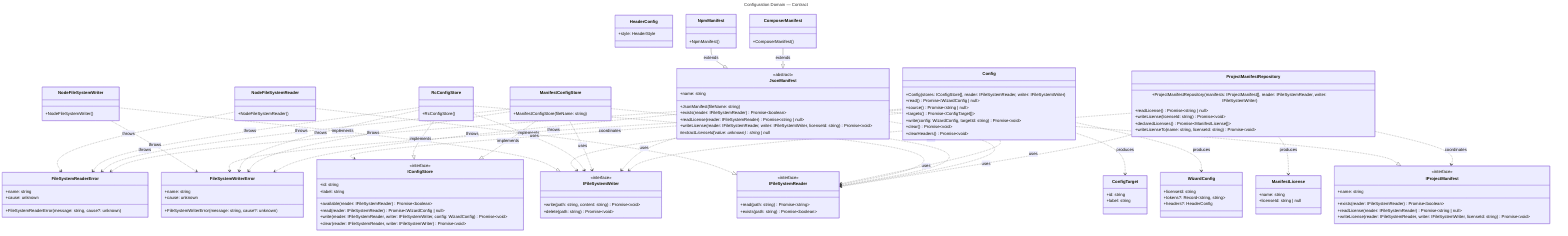
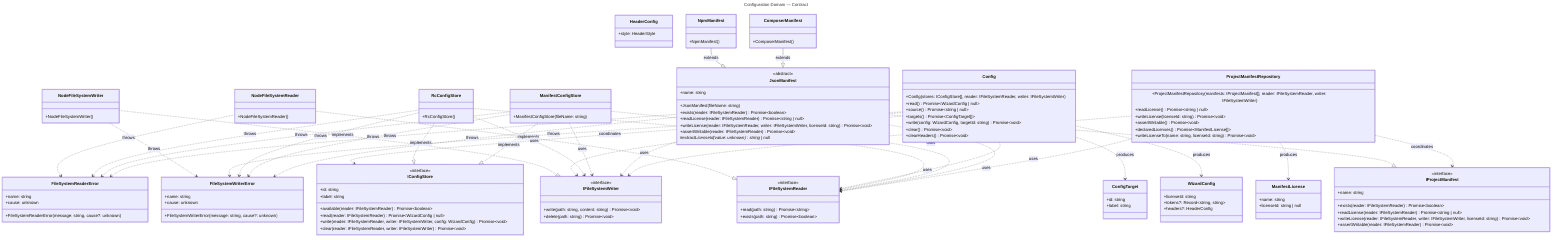
---
title: Configuration Domain — Contract
---
classDiagram
  direction TB

  %% Domain: Configuration (src/configuration)
  %% Focused per-domain view extracted from ../class-diagram.mmd.
  %% Shows ONLY Configuration-domain classes and their intra-domain relationships.
  %% Cross-domain relationships (consumed by the bootstrap, Licensing, Headers and
  %% Verify; HeaderConfig references HeaderStyle from Headers) are intentionally
  %% omitted — see ../class-diagram.mmd for the full picture.
  %%
  %% HeaderConfig belongs to this domain but its only relationship (to HeaderStyle)
  %% crosses into Headers, so it appears here without intra-domain edges.

  class IFileSystemReader {
    <<interface>>
    +read(path: string) Promise~string~
    +exists(path: string) Promise~boolean~
  }

  class IFileSystemWriter {
    <<interface>>
    +write(path: string, content: string) Promise~void~
    +delete(path: string) Promise~void~
  }

  class NodeFileSystemReader {
    +NodeFileSystemReader()
  }

  class NodeFileSystemWriter {
    +NodeFileSystemWriter()
  }

  class FileSystemReaderError {
    +name: string
    +cause: unknown
    +FileSystemReaderError(message: string, cause?: unknown)
  }

  class FileSystemWriterError {
    +name: string
    +cause: unknown
    +FileSystemWriterError(message: string, cause?: unknown)
  }

  class WizardConfig {
    +licenseId: string
    +tokens?: Record~string, string~
    +headers?: HeaderConfig
  }

  class HeaderConfig {
    +style: HeaderStyle
  }

  class ConfigTarget {
    +id: string
    +label: string
  }

  class IConfigStore {
    <<interface>>
    +id: string
    +label: string
    +available(reader: IFileSystemReader) Promise~boolean~
    +read(reader: IFileSystemReader) Promise~WizardConfig | null~
    +write(reader: IFileSystemReader, writer: IFileSystemWriter, config: WizardConfig) Promise~void~
    +clear(reader: IFileSystemReader, writer: IFileSystemWriter) Promise~void~
  }

  class RcConfigStore {
    +RcConfigStore()
  }

  class ManifestConfigStore {
    +ManifestConfigStore(fileName: string)
  }

  class Config {
    +Config(stores: IConfigStore[], reader: IFileSystemReader, writer: IFileSystemWriter)
    +read() Promise~WizardConfig | null~
    +source() Promise~string | null~
    +targets() Promise~ConfigTarget[]~
    +write(config: WizardConfig, targetId: string) Promise~void~
    +clear() Promise~void~
    +clearHeaders() Promise~void~
  }

  class IProjectManifest {
    <<interface>>
    +name: string
    +exists(reader: IFileSystemReader) Promise~boolean~
    +readLicense(reader: IFileSystemReader) Promise~string | null~
    +writeLicense(reader: IFileSystemReader, writer: IFileSystemWriter, licenseId: string) Promise~void~
+     +assertWritable(reader: IFileSystemReader) Promise~void~
  }

  class JsonManifest {
    <<abstract>>
    +JsonManifest(fileName: string)
    +name: string
    +exists(reader: IFileSystemReader) Promise~boolean~
    +readLicense(reader: IFileSystemReader) Promise~string | null~
    +writeLicense(reader: IFileSystemReader, writer: IFileSystemWriter, licenseId: string) Promise~void~
+     +assertWritable(reader: IFileSystemReader) Promise~void~
    #extractLicenseId(value: unknown)* string | null
  }

  class NpmManifest {
    +NpmManifest()
  }

  class ComposerManifest {
    +ComposerManifest()
  }

  class ProjectManifestRepository {
    +ProjectManifestRepository(manifests: IProjectManifest[], reader: IFileSystemReader, writer: IFileSystemWriter)
    +readLicense() Promise~string | null~
    +writeLicense(licenseId: string) Promise~void~
+     +assertWritable() Promise~void~
    +declaredLicenses() Promise~ManifestLicense[]~
    +writeLicenseTo(name: string, licenseId: string) Promise~void~
  }

  class ManifestLicense {
    +name: string
    +licenseId: string | null
  }

  NodeFileSystemReader ..|> IFileSystemReader : implements
  NodeFileSystemWriter ..|> IFileSystemWriter : implements
  NodeFileSystemReader ..> FileSystemReaderError : throws
  NodeFileSystemWriter ..> FileSystemWriterError : throws
  Config ..> IConfigStore : coordinates
  Config ..> IFileSystemReader : uses
  Config ..> IFileSystemWriter : uses
  Config ..> WizardConfig : produces
  Config ..> ConfigTarget : produces
  Config ..> FileSystemWriterError : throws
  RcConfigStore ..|> IConfigStore : implements
  ManifestConfigStore ..|> IConfigStore : implements
  RcConfigStore ..> IFileSystemReader : uses
  RcConfigStore ..> IFileSystemWriter : uses
  RcConfigStore ..> FileSystemReaderError : throws
  RcConfigStore ..> FileSystemWriterError : throws
  ManifestConfigStore ..> IFileSystemReader : uses
  ManifestConfigStore ..> IFileSystemWriter : uses
  ManifestConfigStore ..> FileSystemReaderError : throws
  ManifestConfigStore ..> FileSystemWriterError : throws
  JsonManifest ..|> IProjectManifest : implements
  NpmManifest --|> JsonManifest : extends
  ComposerManifest --|> JsonManifest : extends
  JsonManifest ..> IFileSystemReader : uses
  JsonManifest ..> IFileSystemWriter : uses
  JsonManifest ..> FileSystemReaderError : throws
  JsonManifest ..> FileSystemWriterError : throws
  ProjectManifestRepository ..> IProjectManifest : coordinates
  ProjectManifestRepository ..> IFileSystemReader : uses
  ProjectManifestRepository ..> IFileSystemWriter : uses
  ProjectManifestRepository ..> ManifestLicense : produces
